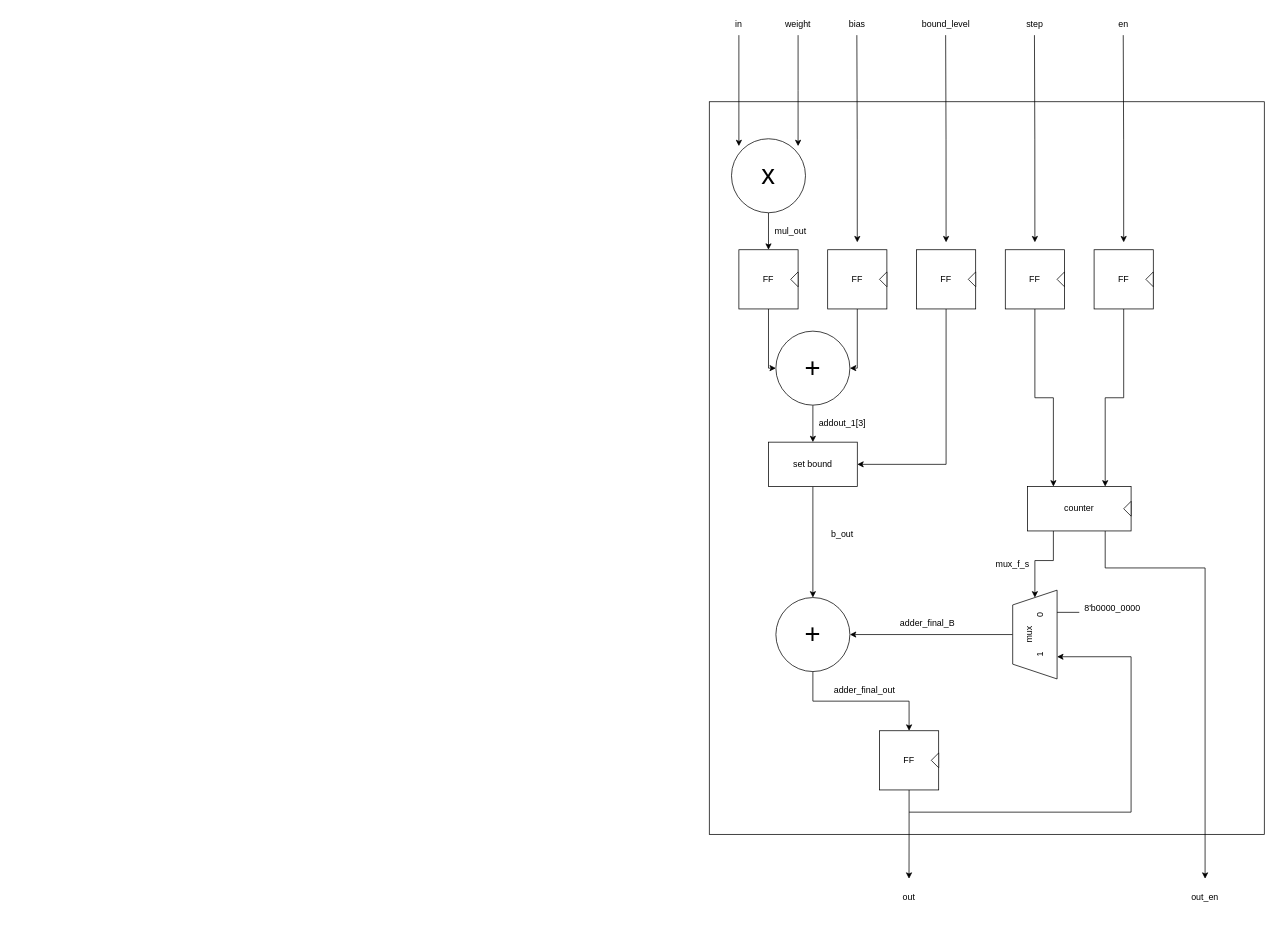
Earlier version of the draw.io diagram diagram/pe.drawio (thousrm/universal_NPU-CNN_accelerator). Source tidied: cells renumbered, new cells numbered last; positions are measured from the earlier drawing's top-left corner, leaving out a move shared by most shapes. Both pictures are drawn from the tidied source at 74%, with x=0, y=0 at pixel (709, 13).
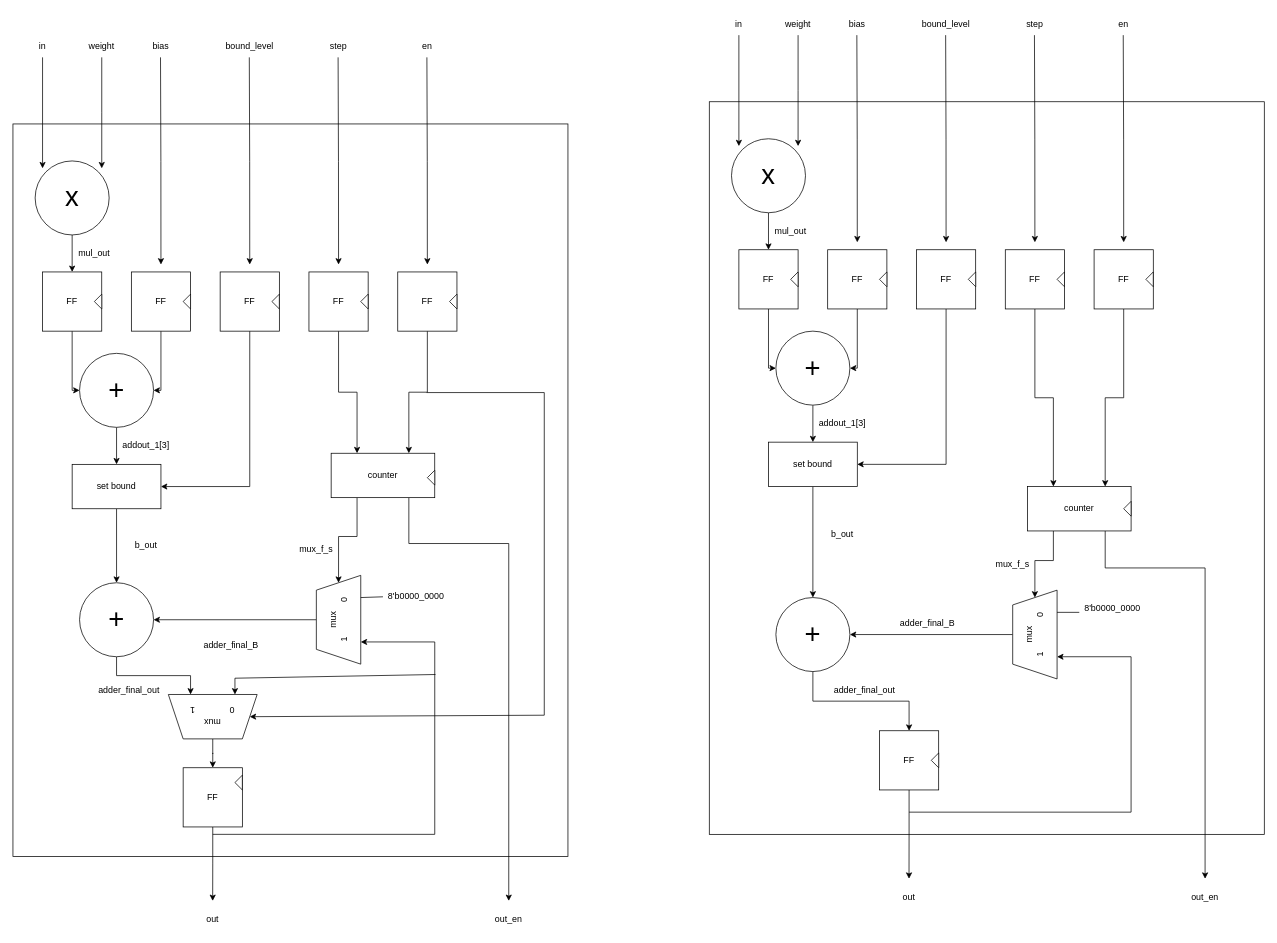
The same diagram, later.

Diff of the diagram source:
```diff
@@
+    <mxCell id="58" style="rounded=0;whiteSpace=wrap;html=1;fillColor=none;" parent="1" vertex="1">
+      <mxGeometry x="-941" y="150" width="750" height="990" as="geometry" />
+    </mxCell>
+    <mxCell id="59" value="in" style="text;html=1;strokeColor=none;fillColor=none;align=center;verticalAlign=middle;whiteSpace=wrap;rounded=0;" parent="1" vertex="1">
+      <mxGeometry x="-931" y="30" width="60" height="30" as="geometry" />
+    </mxCell>
+    <mxCell id="60" style="edgeStyle=orthogonalEdgeStyle;rounded=0;jettySize=auto;html=1;exitX=0.5;exitY=1;exitDx=0;exitDy=0;" parent="1" edge="1" source="61">
+      <mxGeometry relative="1" as="geometry">
+        <mxPoint x="-821" y="210" as="targetPoint" />
+      </mxGeometry>
+    </mxCell>
+    <mxCell id="61" value="weight" style="text;html=1;strokeColor=none;fillColor=none;align=center;verticalAlign=middle;whiteSpace=wrap;rounded=0;" parent="1" vertex="1">
+      <mxGeometry x="-851" y="30" width="60" height="30" as="geometry" />
+    </mxCell>
+    <mxCell id="62" value="bias" style="text;html=1;strokeColor=none;fillColor=none;align=center;verticalAlign=middle;whiteSpace=wrap;rounded=0;" parent="1" vertex="1">
+      <mxGeometry x="-771" y="30" width="60" height="30" as="geometry" />
+    </mxCell>
+    <mxCell id="63" value="bound_level" style="text;html=1;strokeColor=none;fillColor=none;align=center;verticalAlign=middle;whiteSpace=wrap;rounded=0;" parent="1" vertex="1">
+      <mxGeometry x="-651" y="30" width="60" height="30" as="geometry" />
+    </mxCell>
+    <mxCell id="64" value="step" style="text;html=1;strokeColor=none;fillColor=none;align=center;verticalAlign=middle;whiteSpace=wrap;rounded=0;" parent="1" vertex="1">
+      <mxGeometry x="-531" y="30" width="60" height="30" as="geometry" />
+    </mxCell>
+    <mxCell id="65" value="en" style="text;html=1;strokeColor=none;fillColor=none;align=center;verticalAlign=middle;whiteSpace=wrap;rounded=0;" parent="1" vertex="1">
+      <mxGeometry x="-411" y="30" width="60" height="30" as="geometry" />
+    </mxCell>
+    <mxCell id="66" style="edgeStyle=orthogonalEdgeStyle;rounded=0;jettySize=auto;html=1;exitX=0.5;exitY=1;exitDx=0;exitDy=0;entryX=0.5;entryY=0;entryDx=0;entryDy=0;" parent="1" edge="1" source="67" target="70">
+      <mxGeometry relative="1" as="geometry" />
+    </mxCell>
+    <mxCell id="67" value="x" style="ellipse;whiteSpace=wrap;html=1;fontSize=37;" parent="1" vertex="1">
+      <mxGeometry x="-911" y="200" width="100" height="100" as="geometry" />
+    </mxCell>
+    <mxCell id="68" style="edgeStyle=orthogonalEdgeStyle;rounded=0;orthogonalLoop=1;jettySize=auto;html=1;exitX=0.5;exitY=1;exitDx=0;exitDy=0;" parent="1" edge="1">
+      <mxGeometry relative="1" as="geometry">
+        <mxPoint x="-901" y="60" as="sourcePoint" />
+        <mxPoint x="-901" y="210" as="targetPoint" />
+      </mxGeometry>
+    </mxCell>
+    <mxCell id="69" style="edgeStyle=orthogonalEdgeStyle;rounded=0;jettySize=auto;html=1;exitX=0.5;exitY=1;exitDx=0;exitDy=0;entryX=0;entryY=0.5;entryDx=0;entryDy=0;" parent="1" edge="1" source="70" target="84">
+      <mxGeometry relative="1" as="geometry">
+        <Array as="points">
+          <mxPoint x="-861" y="510" />
+        </Array>
+      </mxGeometry>
+    </mxCell>
+    <mxCell id="70" value="FF" style="rounded=0;whiteSpace=wrap;html=1;" parent="1" vertex="1">
+      <mxGeometry x="-901" y="350" width="80" height="80" as="geometry" />
+    </mxCell>
+    <mxCell id="71" style="edgeStyle=orthogonalEdgeStyle;rounded=0;jettySize=auto;html=1;exitX=0.5;exitY=1;exitDx=0;exitDy=0;entryX=1;entryY=0.5;entryDx=0;entryDy=0;" parent="1" edge="1" source="72" target="84">
+      <mxGeometry relative="1" as="geometry">
+        <Array as="points">
+          <mxPoint x="-741" y="510" />
+        </Array>
+      </mxGeometry>
+    </mxCell>
+    <mxCell id="72" value="FF" style="rounded=0;whiteSpace=wrap;html=1;" parent="1" vertex="1">
+      <mxGeometry x="-781" y="350" width="80" height="80" as="geometry" />
+    </mxCell>
+    <mxCell id="73" style="edgeStyle=orthogonalEdgeStyle;rounded=0;jettySize=auto;html=1;exitX=0.5;exitY=1;exitDx=0;exitDy=0;entryX=1;entryY=0.5;entryDx=0;entryDy=0;" parent="1" edge="1" source="74" target="86">
+      <mxGeometry relative="1" as="geometry" />
+    </mxCell>
+    <mxCell id="74" value="FF" style="rounded=0;whiteSpace=wrap;html=1;" parent="1" vertex="1">
+      <mxGeometry x="-661" y="350" width="80" height="80" as="geometry" />
+    </mxCell>
+    <mxCell id="75" style="edgeStyle=orthogonalEdgeStyle;rounded=0;jettySize=auto;html=1;entryX=0.25;entryY=0;entryDx=0;entryDy=0;" parent="1" edge="1" source="76" target="90">
+      <mxGeometry relative="1" as="geometry" />
+    </mxCell>
+    <mxCell id="76" value="FF" style="rounded=0;whiteSpace=wrap;html=1;" parent="1" vertex="1">
+      <mxGeometry x="-541" y="350" width="80" height="80" as="geometry" />
+    </mxCell>
+    <mxCell id="77" style="edgeStyle=orthogonalEdgeStyle;rounded=0;jettySize=auto;html=1;entryX=0.75;entryY=0;entryDx=0;entryDy=0;" parent="1" edge="1" source="78" target="90">
+      <mxGeometry relative="1" as="geometry" />
+    </mxCell>
+    <mxCell id="78" value="FF" style="rounded=0;whiteSpace=wrap;html=1;" parent="1" vertex="1">
+      <mxGeometry x="-421" y="350" width="80" height="80" as="geometry" />
+    </mxCell>
+    <mxCell id="79" style="edgeStyle=orthogonalEdgeStyle;rounded=0;orthogonalLoop=1;jettySize=auto;html=1;exitX=0.5;exitY=1;exitDx=0;exitDy=0;" parent="1" edge="1">
+      <mxGeometry relative="1" as="geometry">
+        <mxPoint x="-741.6" y="60" as="sourcePoint" />
+        <mxPoint x="-741" y="340" as="targetPoint" />
+      </mxGeometry>
+    </mxCell>
+    <mxCell id="80" style="edgeStyle=orthogonalEdgeStyle;rounded=0;orthogonalLoop=1;jettySize=auto;html=1;exitX=0.5;exitY=1;exitDx=0;exitDy=0;" parent="1" edge="1">
+      <mxGeometry relative="1" as="geometry">
+        <mxPoint x="-621.6" y="60" as="sourcePoint" />
+        <mxPoint x="-621" y="340" as="targetPoint" />
+      </mxGeometry>
+    </mxCell>
+    <mxCell id="81" style="edgeStyle=orthogonalEdgeStyle;rounded=0;orthogonalLoop=1;jettySize=auto;html=1;exitX=0.5;exitY=1;exitDx=0;exitDy=0;" parent="1" edge="1">
+      <mxGeometry relative="1" as="geometry">
+        <mxPoint x="-501.6" y="60" as="sourcePoint" />
+        <mxPoint x="-501" y="340" as="targetPoint" />
+      </mxGeometry>
+    </mxCell>
+    <mxCell id="82" style="edgeStyle=orthogonalEdgeStyle;rounded=0;orthogonalLoop=1;jettySize=auto;html=1;exitX=0.5;exitY=1;exitDx=0;exitDy=0;" parent="1" edge="1">
+      <mxGeometry relative="1" as="geometry">
+        <mxPoint x="-381.6" y="60" as="sourcePoint" />
+        <mxPoint x="-381" y="340" as="targetPoint" />
+      </mxGeometry>
+    </mxCell>
+    <mxCell id="83" style="edgeStyle=orthogonalEdgeStyle;rounded=0;jettySize=auto;html=1;exitX=0.5;exitY=1;exitDx=0;exitDy=0;entryX=0.5;entryY=0;entryDx=0;entryDy=0;" parent="1" edge="1" source="84" target="86">
+      <mxGeometry relative="1" as="geometry" />
+    </mxCell>
+    <mxCell id="84" value="+" style="ellipse;whiteSpace=wrap;html=1;fontSize=37;" parent="1" vertex="1">
+      <mxGeometry x="-851" y="460" width="100" height="100" as="geometry" />
+    </mxCell>
+    <mxCell id="85" style="edgeStyle=orthogonalEdgeStyle;rounded=0;jettySize=auto;html=1;exitX=0.5;exitY=1;exitDx=0;exitDy=0;entryX=0.5;entryY=0;entryDx=0;entryDy=0;" parent="1" edge="1" source="86" target="103">
+      <mxGeometry relative="1" as="geometry" />
+    </mxCell>
+    <mxCell id="86" value="set bound" style="rounded=0;whiteSpace=wrap;html=1;" parent="1" vertex="1">
+      <mxGeometry x="-861" y="610" width="120" height="60" as="geometry" />
+    </mxCell>
+    <mxCell id="87" value="addout_1[3]" style="text;html=1;strokeColor=none;fillColor=none;align=center;verticalAlign=middle;whiteSpace=wrap;rounded=0;" parent="1" vertex="1">
+      <mxGeometry x="-791" y="570" width="60" height="30" as="geometry" />
+    </mxCell>
+    <mxCell id="88" style="edgeStyle=orthogonalEdgeStyle;rounded=0;jettySize=auto;html=1;exitX=0.25;exitY=1;exitDx=0;exitDy=0;entryX=1;entryY=0.5;entryDx=0;entryDy=0;" parent="1" edge="1" source="90" target="92">
+      <mxGeometry relative="1" as="geometry" />
+    </mxCell>
+    <mxCell id="89" style="edgeStyle=orthogonalEdgeStyle;rounded=0;jettySize=auto;html=1;exitX=0.75;exitY=1;exitDx=0;exitDy=0;" parent="1" edge="1" source="90">
+      <mxGeometry relative="1" as="geometry">
+        <mxPoint x="-271" y="1200" as="targetPoint" />
+        <Array as="points">
+          <mxPoint x="-406" y="717" />
+          <mxPoint x="-271" y="717" />
+        </Array>
+      </mxGeometry>
+    </mxCell>
+    <mxCell id="90" value="counter" style="rounded=0;whiteSpace=wrap;html=1;" parent="1" vertex="1">
+      <mxGeometry x="-511" y="595" width="140" height="60" as="geometry" />
+    </mxCell>
+    <mxCell id="91" style="edgeStyle=orthogonalEdgeStyle;rounded=0;jettySize=auto;html=1;exitX=0.5;exitY=0;exitDx=0;exitDy=0;entryX=1;entryY=0.5;entryDx=0;entryDy=0;" parent="1" edge="1" source="92" target="103">
+      <mxGeometry relative="1" as="geometry" />
+    </mxCell>
+    <mxCell id="92" value="mux&lt;br&gt;1&amp;nbsp; &amp;nbsp; &amp;nbsp; &amp;nbsp; &amp;nbsp; &amp;nbsp; &amp;nbsp; 0" style="shape=trapezoid;perimeter=trapezoidPerimeter;whiteSpace=wrap;html=1;fixedSize=1;rotation=-90;" parent="1" vertex="1">
+      <mxGeometry x="-561" y="790" width="120" height="60" as="geometry" />
+    </mxCell>
+    <mxCell id="93" value="mux_f_s" style="text;html=1;strokeColor=none;fillColor=none;align=center;verticalAlign=middle;whiteSpace=wrap;rounded=0;" parent="1" vertex="1">
+      <mxGeometry x="-561" y="710" width="60" height="30" as="geometry" />
+    </mxCell>
+    <mxCell id="94" style="endArrow=none;html=1;rounded=0;exitX=0.75;exitY=1;exitDx=0;exitDy=0;entryX=0;entryY=0.5;entryDx=0;entryDy=0;" parent="1" edge="1" source="92" target="95">
+      <mxGeometry relative="1" as="geometry" />
+    </mxCell>
+    <mxCell id="95" value="8'b0000_0000" style="text;html=1;strokeColor=none;fillColor=none;align=center;verticalAlign=middle;whiteSpace=wrap;rounded=0;" parent="1" vertex="1">
+      <mxGeometry x="-441" y="774" width="90" height="30" as="geometry" />
+    </mxCell>
+    <mxCell id="96" style="triangle;whiteSpace=wrap;html=1;rotation=-180;" parent="1" vertex="1">
+      <mxGeometry x="-831" y="380" width="10" height="20" as="geometry" />
+    </mxCell>
+    <mxCell id="97" style="triangle;whiteSpace=wrap;html=1;rotation=-180;" parent="1" vertex="1">
+      <mxGeometry x="-711" y="380" width="10" height="20" as="geometry" />
+    </mxCell>
+    <mxCell id="98" style="triangle;whiteSpace=wrap;html=1;rotation=-180;" parent="1" vertex="1">
+      <mxGeometry x="-591" y="380" width="10" height="20" as="geometry" />
+    </mxCell>
+    <mxCell id="99" style="triangle;whiteSpace=wrap;html=1;rotation=-180;" parent="1" vertex="1">
+      <mxGeometry x="-471" y="380" width="10" height="20" as="geometry" />
+    </mxCell>
+    <mxCell id="100" style="triangle;whiteSpace=wrap;html=1;rotation=-180;" parent="1" vertex="1">
+      <mxGeometry x="-351" y="380" width="10" height="20" as="geometry" />
+    </mxCell>
+    <mxCell id="101" style="triangle;whiteSpace=wrap;html=1;rotation=-180;" parent="1" vertex="1">
+      <mxGeometry x="-381" y="618" width="10" height="20" as="geometry" />
+    </mxCell>
+    <mxCell id="102" style="edgeStyle=orthogonalEdgeStyle;rounded=0;jettySize=auto;html=1;exitX=0.5;exitY=1;exitDx=0;exitDy=0;entryX=0.75;entryY=1;entryDx=0;entryDy=0;" parent="1" edge="1" source="103" target="115">
+      <mxGeometry relative="1" as="geometry" />
+    </mxCell>
+    <mxCell id="103" value="+" style="ellipse;whiteSpace=wrap;html=1;fontSize=37;" parent="1" vertex="1">
+      <mxGeometry x="-851" y="770" width="100" height="100" as="geometry" />
+    </mxCell>
+    <mxCell id="104" value="b_out" style="text;html=1;strokeColor=none;fillColor=none;align=center;verticalAlign=middle;whiteSpace=wrap;rounded=0;" parent="1" vertex="1">
+      <mxGeometry x="-791" y="705" width="60" height="30" as="geometry" />
+    </mxCell>
+    <mxCell id="105" value="adder_final_B" style="text;html=1;strokeColor=none;fillColor=none;align=center;verticalAlign=middle;whiteSpace=wrap;rounded=0;" parent="1" vertex="1">
+      <mxGeometry x="-691" y="840" width="90" height="30" as="geometry" />
+    </mxCell>
+    <mxCell id="106" style="edgeStyle=orthogonalEdgeStyle;rounded=0;jettySize=auto;html=1;exitX=0.5;exitY=1;exitDx=0;exitDy=0;" parent="1" edge="1" source="107">
+      <mxGeometry relative="1" as="geometry">
+        <mxPoint x="-671.1" y="1200" as="targetPoint" />
+      </mxGeometry>
+    </mxCell>
+    <mxCell id="107" value="FF" style="rounded=0;whiteSpace=wrap;html=1;" parent="1" vertex="1">
+      <mxGeometry x="-711" y="1020" width="80" height="80" as="geometry" />
+    </mxCell>
+    <mxCell id="108" value="adder_final_out" style="text;html=1;strokeColor=none;fillColor=none;align=center;verticalAlign=middle;whiteSpace=wrap;rounded=0;" parent="1" vertex="1">
+      <mxGeometry x="-824" y="900" width="80" height="30" as="geometry" />
+    </mxCell>
+    <mxCell id="109" style="endArrow=classic;html=1;rounded=0;entryX=0.25;entryY=1;entryDx=0;entryDy=0;" parent="1" edge="1" target="92">
+      <mxGeometry relative="1" as="geometry">
+        <mxPoint x="-671" y="1110" as="sourcePoint" />
+        <Array as="points">
+          <mxPoint x="-371" y="1110" />
+          <mxPoint x="-371" y="850" />
+        </Array>
+      </mxGeometry>
+    </mxCell>
+    <mxCell id="110" value="out" style="text;html=1;strokeColor=none;fillColor=none;align=center;verticalAlign=middle;whiteSpace=wrap;rounded=0;" parent="1" vertex="1">
+      <mxGeometry x="-701" y="1210" width="60" height="30" as="geometry" />
+    </mxCell>
+    <mxCell id="111" value="out_en" style="text;html=1;strokeColor=none;fillColor=none;align=center;verticalAlign=middle;whiteSpace=wrap;rounded=0;" parent="1" vertex="1">
+      <mxGeometry x="-301" y="1210" width="60" height="30" as="geometry" />
+    </mxCell>
+    <mxCell id="112" style="triangle;whiteSpace=wrap;html=1;rotation=-180;" parent="1" vertex="1">
+      <mxGeometry x="-641" y="1030" width="10" height="20" as="geometry" />
+    </mxCell>
+    <mxCell id="113" value="mul_out" style="text;html=1;strokeColor=none;fillColor=none;align=center;verticalAlign=middle;whiteSpace=wrap;rounded=0;" parent="1" vertex="1">
+      <mxGeometry x="-861" y="310" width="60" height="30" as="geometry" />
+    </mxCell>
+    <mxCell id="114" style="edgeStyle=orthogonalEdgeStyle;rounded=0;jettySize=auto;html=1;entryX=0.5;entryY=0;entryDx=0;entryDy=0;" parent="1" edge="1" source="115" target="107">
+      <mxGeometry relative="1" as="geometry" />
+    </mxCell>
+    <mxCell id="115" value="mux&lt;br&gt;0&amp;nbsp; &amp;nbsp; &amp;nbsp; &amp;nbsp; &amp;nbsp; &amp;nbsp; &amp;nbsp; 1" style="shape=trapezoid;perimeter=trapezoidPerimeter;whiteSpace=wrap;html=1;fixedSize=1;rotation=-180;" parent="1" vertex="1">
+      <mxGeometry x="-731" y="921" width="120" height="60" as="geometry" />
+    </mxCell>
+    <mxCell id="116" style="endArrow=classic;html=1;rounded=0;entryX=0.25;entryY=1;entryDx=0;entryDy=0;" parent="1" edge="1" target="115">
+      <mxGeometry relative="1" as="geometry">
+        <mxPoint x="-370" y="894" as="sourcePoint" />
+        <Array as="points">
+          <mxPoint x="-641" y="899" />
+        </Array>
+      </mxGeometry>
+    </mxCell>
+    <mxCell id="117" style="endArrow=classic;html=1;rounded=0;entryX=0;entryY=0.5;entryDx=0;entryDy=0;" parent="1" edge="1" target="115">
+      <mxGeometry relative="1" as="geometry">
+        <mxPoint x="-382" y="513" as="sourcePoint" />
+        <Array as="points">
+          <mxPoint x="-223" y="513" />
+          <mxPoint x="-223" y="949" />
+        </Array>
+      </mxGeometry>
+    </mxCell>
```
